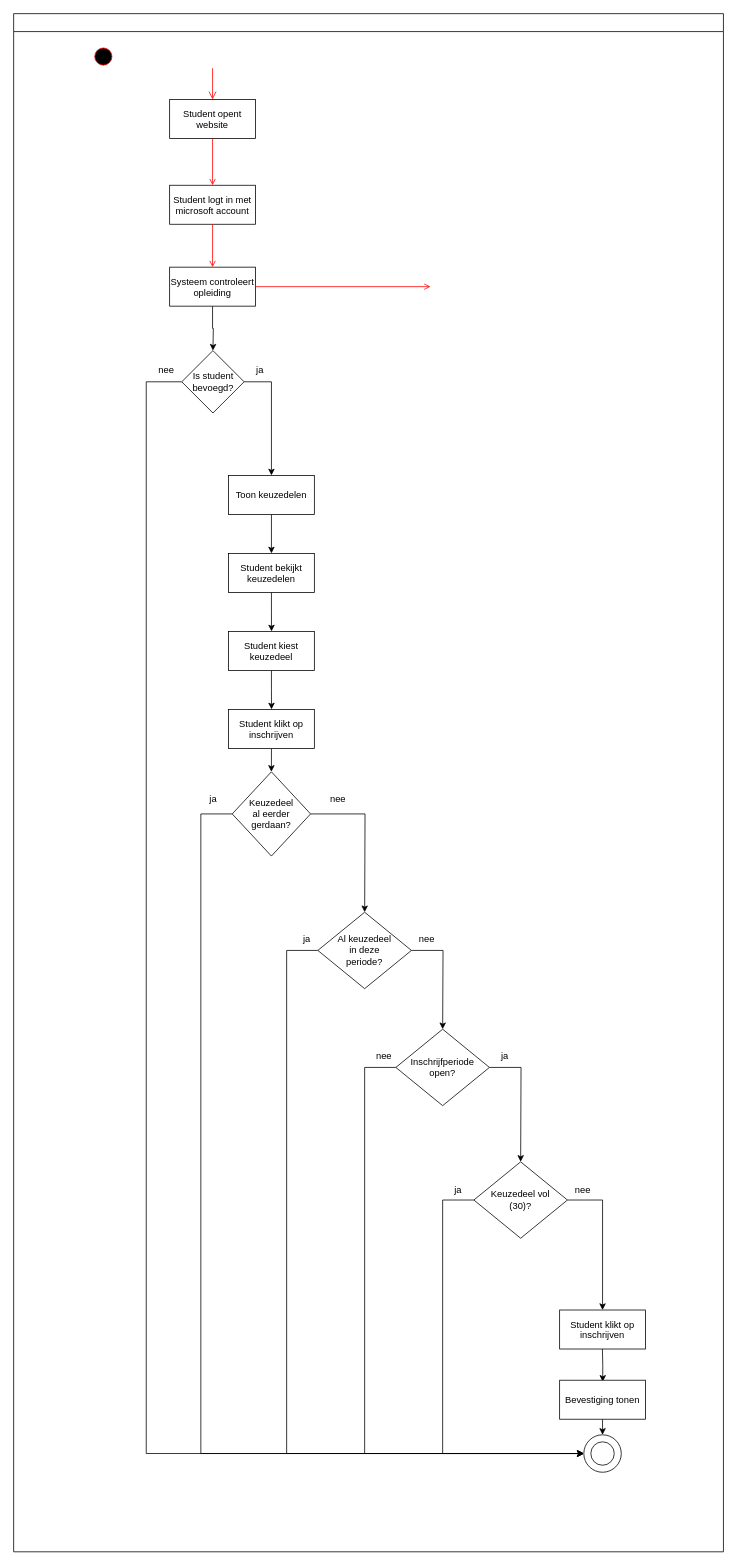
The draw.io diagram ontwerpen/Activity diagram.drawio in LeGnD2/Project-Keuzedeel, before the edit. Source tidied: cells renumbered, new cells numbered last; positions are measured from the earlier drawing's top-left corner, leaving out a move shared by most shapes. Both pictures are drawn from the tidied source at 78%, with x=0, y=0 at pixel (13, 13).
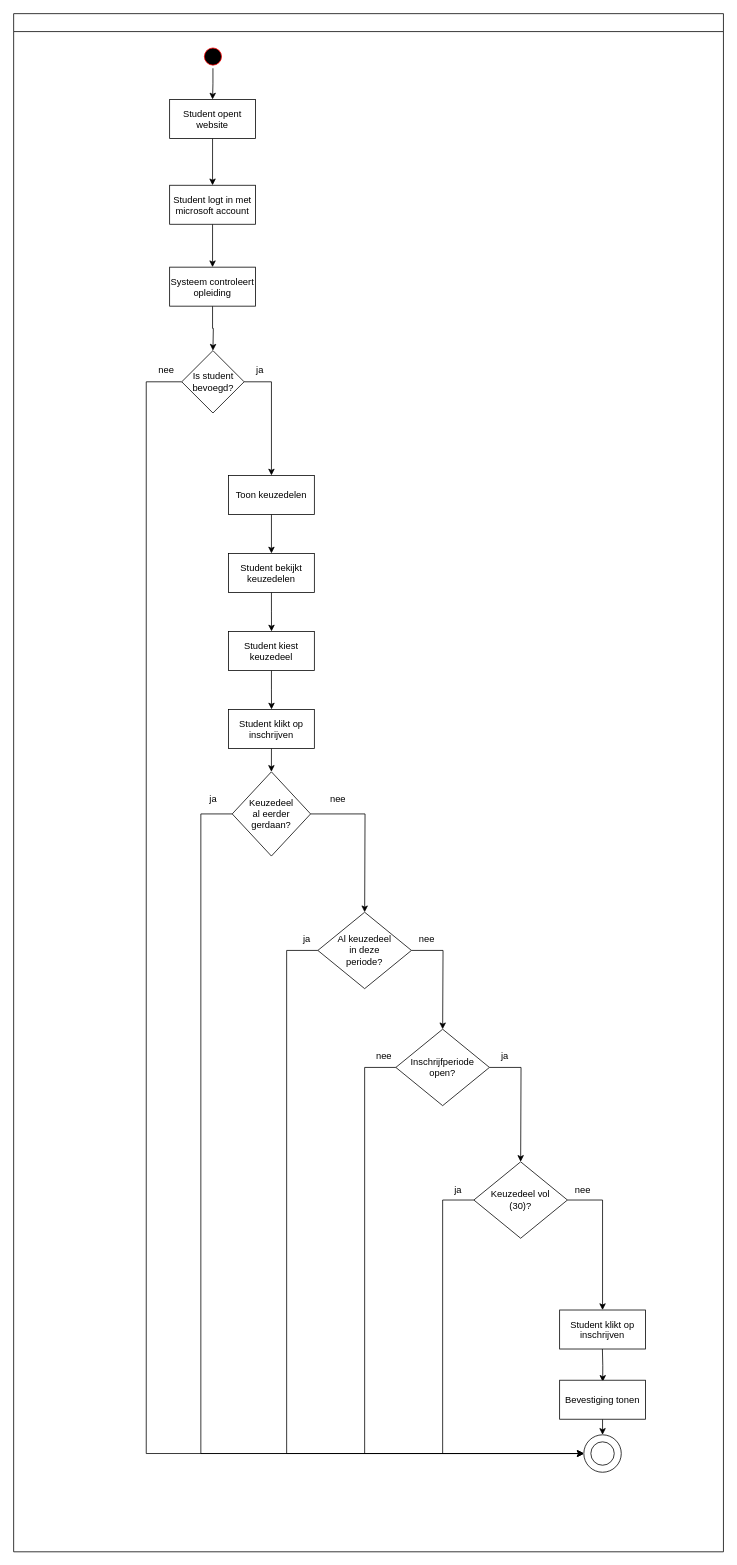
The same page after the edit.

Unchanged cells that the change refers to:
```xml
<mxCell id="2" style="swimlane;whiteSpace=wrap;startSize=23;" parent="1" vertex="1">
  <mxGeometry width="910" height="1972" as="geometry" />
</mxCell>
<mxCell id="5" value="Student opent&#10;website" parent="2" vertex="1">
  <mxGeometry x="200" y="110" width="110" height="50" as="geometry" />
</mxCell>
<mxCell id="6" value="Student logt in met&#10;microsoft account" parent="2" vertex="1">
  <mxGeometry x="200" y="220" width="110" height="50" as="geometry" />
</mxCell>
<mxCell id="9" value="Systeem controleert&#10;opleiding" parent="2" vertex="1">
  <mxGeometry x="200" y="325" width="110" height="50" as="geometry" />
</mxCell>
```

Change to the diagram source:
```diff
@@
+    <mxCell id="51" style="edgeStyle=orthogonalEdgeStyle;rounded=0;jettySize=auto;html=1;exitX=0.5;exitY=1;exitDx=0;exitDy=0;entryX=0.5;entryY=0;entryDx=0;entryDy=0;" parent="2" edge="1" source="3" target="5">
+      <mxGeometry relative="1" as="geometry" />
+    </mxCell>
     <mxCell id="3" style="ellipse;shape=startState;fillColor=#000000;strokeColor=#ff0000;" parent="2" vertex="1">
-      <mxGeometry x="100" y="40" width="30" height="30" as="geometry" />
+      <mxGeometry x="240.5" y="40" width="30" height="30" as="geometry" />
     </mxCell>
-    <mxCell id="4" style="edgeStyle=elbowEdgeStyle;elbow=horizontal;verticalAlign=bottom;endArrow=open;endSize=8;strokeColor=#FF0000;endFill=1;rounded=0;" parent="2" edge="1" target="5">
-      <mxGeometry x="100" y="40" as="geometry">
-        <mxPoint x="255" y="70" as="sourcePoint" />
-      </mxGeometry>
-    </mxCell>
+    <mxCell id="7" style="edgeStyle=orthogonalEdgeStyle;rounded=0;jettySize=auto;html=1;exitX=0.5;exitY=1;exitDx=0;exitDy=0;entryX=0.5;entryY=0;entryDx=0;entryDy=0;" parent="2" edge="1" source="5" target="6">
+      <mxGeometry relative="1" as="geometry" />
+    </mxCell>
@@
+    <mxCell id="10" style="edgeStyle=orthogonalEdgeStyle;rounded=0;jettySize=auto;html=1;exitX=0.5;exitY=1;exitDx=0;exitDy=0;entryX=0.5;entryY=0;entryDx=0;entryDy=0;" parent="2" edge="1" source="6" target="9">
+      <mxGeometry relative="1" as="geometry" />
+    </mxCell>
@@
-    <mxCell id="7" style="endArrow=open;strokeColor=#FF0000;endFill=1;rounded=0;" parent="2" edge="1" source="5" target="6">
-      <mxGeometry relative="1" as="geometry" />
-    </mxCell>
@@
-    <mxCell id="10" style="endArrow=open;strokeColor=#FF0000;endFill=1;rounded=0;" parent="2" edge="1" source="6" target="9">
-      <mxGeometry relative="1" as="geometry" />
-    </mxCell>
@@
-    <mxCell id="26" style="endArrow=open;strokeColor=#FF0000;endFill=1;rounded=0;" parent="2" edge="1" source="9">
-      <mxGeometry relative="1" as="geometry">
-        <mxPoint x="534.5" y="350" as="targetPoint" />
-      </mxGeometry>
-    </mxCell>
```
